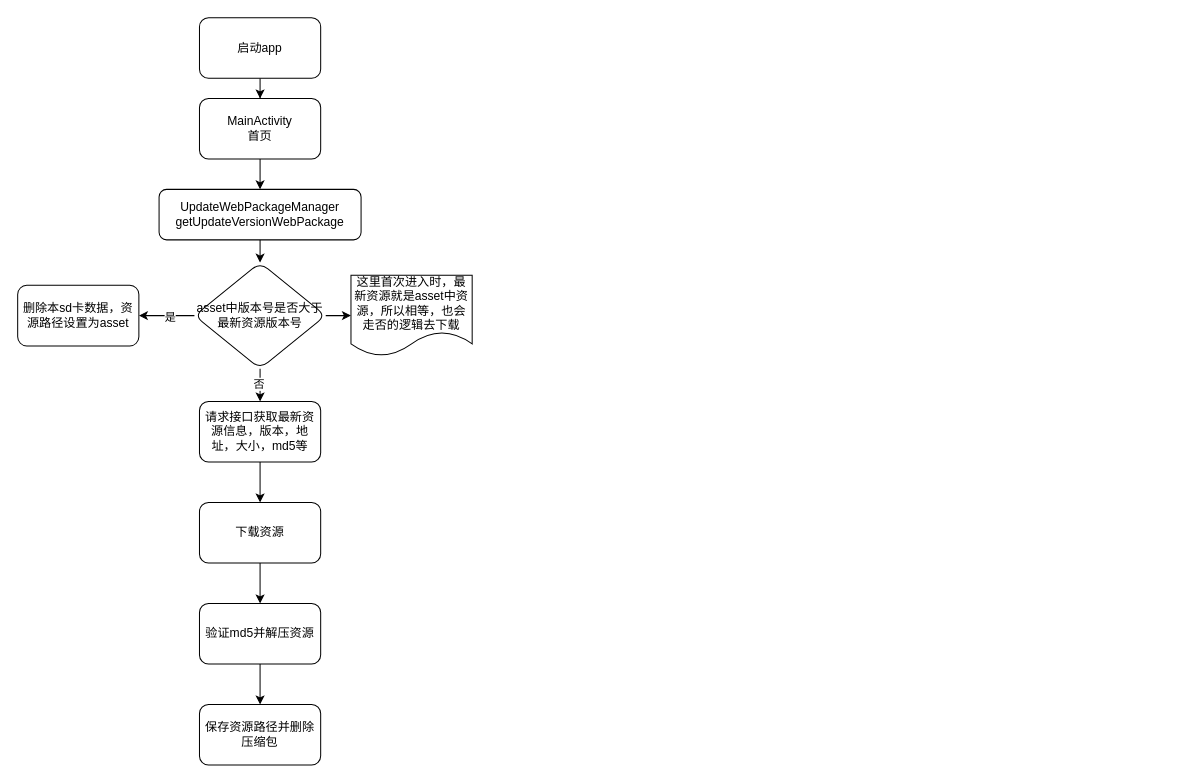
Earlier version of the draw.io diagram 未命名绘图.drawio (mjnhmd/articles). Source tidied: cells renumbered, new cells numbered last; positions are measured from the earlier drawing's top-left corner, leaving out a move shared by most shapes. Both pictures are drawn from the tidied source at 101%, with x=0, y=0 at pixel (17, 17).
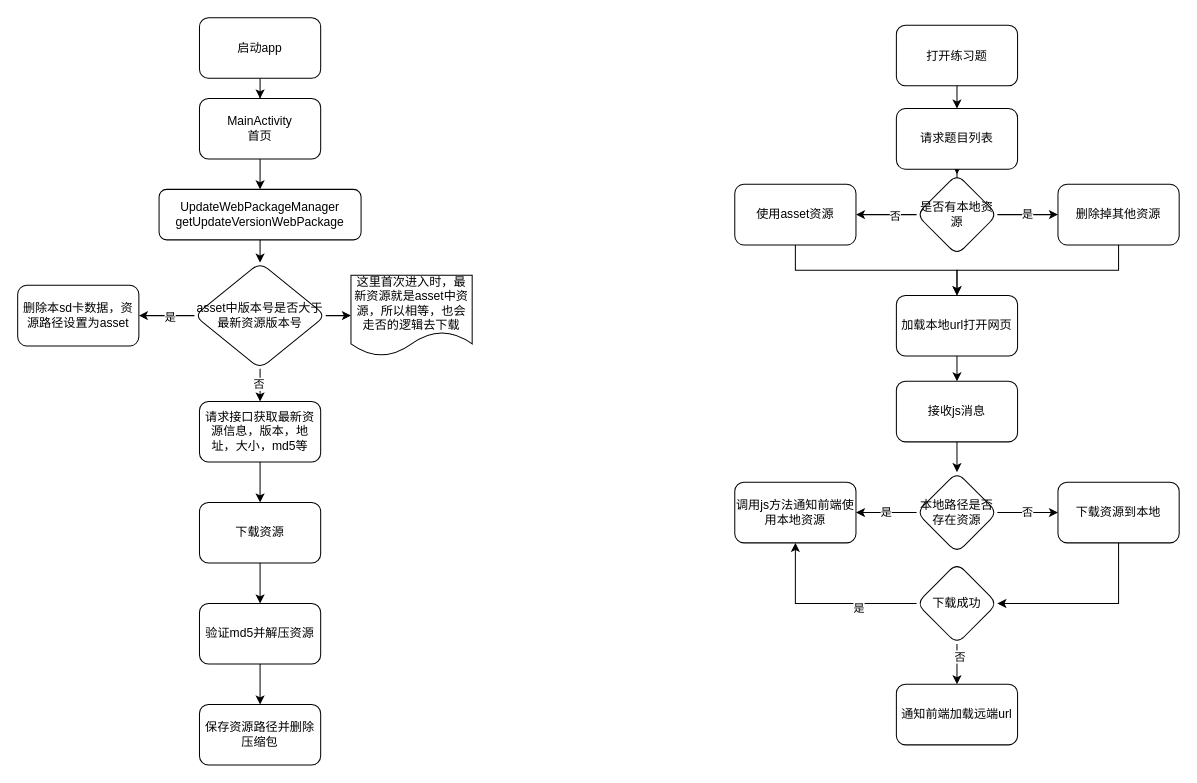
Above is the later version.

Commit message:
有道思维资源本地化.drawio

Diff of the diagram source:
```diff
@@
+    <mxCell id="23" style="edgeStyle=orthogonalEdgeStyle;rounded=0;jettySize=auto;html=1;" parent="1" edge="1" source="24" target="26">
+      <mxGeometry relative="1" as="geometry" />
+    </mxCell>
+    <mxCell id="24" value="打开练习题" style="rounded=1;whiteSpace=wrap;html=1;" parent="1" vertex="1">
+      <mxGeometry x="870" y="7.5" width="120" height="60" as="geometry" />
+    </mxCell>
+    <mxCell id="25" style="edgeStyle=orthogonalEdgeStyle;rounded=0;jettySize=auto;html=1;" parent="1" edge="1" source="26" target="30">
+      <mxGeometry relative="1" as="geometry" />
+    </mxCell>
+    <mxCell id="26" value="请求题目列表" style="rounded=1;whiteSpace=wrap;html=1;" parent="1" vertex="1">
+      <mxGeometry x="870" y="90" width="120" height="60" as="geometry" />
+    </mxCell>
+    <mxCell id="27" style="edgeStyle=orthogonalEdgeStyle;rounded=0;jettySize=auto;html=1;" parent="1" edge="1" source="30" target="32">
+      <mxGeometry relative="1" as="geometry" />
+    </mxCell>
+    <mxCell id="28" value="否" style="edgeLabel;html=1;align=center;verticalAlign=middle;" parent="27" vertex="1">
+      <mxGeometry x="-0.27" y="1" relative="1" as="geometry" />
+    </mxCell>
+    <mxCell id="29" value="是" style="edgeStyle=orthogonalEdgeStyle;rounded=0;jettySize=auto;html=1;" parent="1" edge="1" source="30" target="34">
+      <mxGeometry relative="1" as="geometry" />
+    </mxCell>
+    <mxCell id="30" value="是否有本地资源" style="rhombus;whiteSpace=wrap;html=1;rounded=1;" parent="1" vertex="1">
+      <mxGeometry x="890" y="155" width="80" height="80" as="geometry" />
+    </mxCell>
+    <mxCell id="31" style="edgeStyle=orthogonalEdgeStyle;rounded=0;jettySize=auto;html=1;" parent="1" edge="1" source="32" target="36">
+      <mxGeometry relative="1" as="geometry">
+        <Array as="points">
+          <mxPoint x="770" y="250" />
+          <mxPoint x="930" y="250" />
+        </Array>
+      </mxGeometry>
+    </mxCell>
+    <mxCell id="32" value="使用asset资源" style="whiteSpace=wrap;html=1;rounded=1;" parent="1" vertex="1">
+      <mxGeometry x="710" y="165" width="120" height="60" as="geometry" />
+    </mxCell>
+    <mxCell id="33" style="edgeStyle=orthogonalEdgeStyle;rounded=0;jettySize=auto;html=1;exitX=0.5;exitY=1;exitDx=0;exitDy=0;" parent="1" edge="1" source="34" target="36">
+      <mxGeometry relative="1" as="geometry">
+        <Array as="points">
+          <mxPoint x="1090" y="250" />
+          <mxPoint x="930" y="250" />
+        </Array>
+      </mxGeometry>
+    </mxCell>
+    <mxCell id="34" value="删除掉其他资源" style="whiteSpace=wrap;html=1;rounded=1;" parent="1" vertex="1">
+      <mxGeometry x="1030" y="165" width="120" height="60" as="geometry" />
+    </mxCell>
+    <mxCell id="35" style="edgeStyle=orthogonalEdgeStyle;rounded=0;jettySize=auto;html=1;" parent="1" edge="1" source="36" target="38">
+      <mxGeometry relative="1" as="geometry" />
+    </mxCell>
+    <mxCell id="36" value="加载本地url打开网页" style="whiteSpace=wrap;html=1;rounded=1;" parent="1" vertex="1">
+      <mxGeometry x="870" y="275" width="120" height="60" as="geometry" />
+    </mxCell>
+    <mxCell id="37" style="edgeStyle=orthogonalEdgeStyle;rounded=0;jettySize=auto;html=1;" parent="1" edge="1" source="38" target="41">
+      <mxGeometry relative="1" as="geometry" />
+    </mxCell>
+    <mxCell id="38" value="接收js消息" style="whiteSpace=wrap;html=1;rounded=1;" parent="1" vertex="1">
+      <mxGeometry x="870" y="360" width="120" height="60" as="geometry" />
+    </mxCell>
+    <mxCell id="39" value="是" style="edgeStyle=orthogonalEdgeStyle;rounded=0;jettySize=auto;html=1;" parent="1" edge="1" source="41" target="42">
+      <mxGeometry relative="1" as="geometry" />
+    </mxCell>
+    <mxCell id="40" value="否" style="edgeStyle=orthogonalEdgeStyle;rounded=0;jettySize=auto;html=1;" parent="1" edge="1" source="41" target="44">
+      <mxGeometry relative="1" as="geometry" />
+    </mxCell>
+    <mxCell id="41" value="本地路径是否存在资源" style="rhombus;whiteSpace=wrap;html=1;rounded=1;" parent="1" vertex="1">
+      <mxGeometry x="890" y="450" width="80" height="80" as="geometry" />
+    </mxCell>
+    <mxCell id="42" value="调用js方法通知前端使用本地资源" style="whiteSpace=wrap;html=1;rounded=1;" parent="1" vertex="1">
+      <mxGeometry x="710" y="460" width="120" height="60" as="geometry" />
+    </mxCell>
+    <mxCell id="43" style="edgeStyle=orthogonalEdgeStyle;rounded=0;jettySize=auto;html=1;entryX=1;entryY=0.5;entryDx=0;entryDy=0;" parent="1" edge="1" source="44" target="49">
+      <mxGeometry relative="1" as="geometry">
+        <Array as="points">
+          <mxPoint x="1090" y="580" />
+        </Array>
+      </mxGeometry>
+    </mxCell>
+    <mxCell id="44" value="下载资源到本地" style="whiteSpace=wrap;html=1;rounded=1;" parent="1" vertex="1">
+      <mxGeometry x="1030" y="460" width="120" height="60" as="geometry" />
+    </mxCell>
+    <mxCell id="45" style="edgeStyle=orthogonalEdgeStyle;rounded=0;jettySize=auto;html=1;exitX=0;exitY=0.5;exitDx=0;exitDy=0;entryX=0.5;entryY=1;entryDx=0;entryDy=0;" parent="1" edge="1" source="49" target="42">
+      <mxGeometry relative="1" as="geometry" />
+    </mxCell>
+    <mxCell id="46" value="是" style="edgeLabel;html=1;align=center;verticalAlign=middle;" parent="45" vertex="1">
+      <mxGeometry x="-0.36" y="4" relative="1" as="geometry" />
+    </mxCell>
+    <mxCell id="47" style="edgeStyle=orthogonalEdgeStyle;rounded=0;jettySize=auto;html=1;" parent="1" edge="1" source="49" target="50">
+      <mxGeometry relative="1" as="geometry" />
+    </mxCell>
+    <mxCell id="48" value="否" style="edgeLabel;html=1;align=center;verticalAlign=middle;" parent="47" vertex="1">
+      <mxGeometry x="-0.42" y="2" relative="1" as="geometry" />
+    </mxCell>
+    <mxCell id="49" value="下载成功" style="rhombus;whiteSpace=wrap;html=1;rounded=1;" parent="1" vertex="1">
+      <mxGeometry x="890" y="540" width="80" height="80" as="geometry" />
+    </mxCell>
+    <mxCell id="50" value="通知前端加载远端url" style="whiteSpace=wrap;html=1;rounded=1;" parent="1" vertex="1">
+      <mxGeometry x="870" y="660" width="120" height="60" as="geometry" />
+    </mxCell>
```
